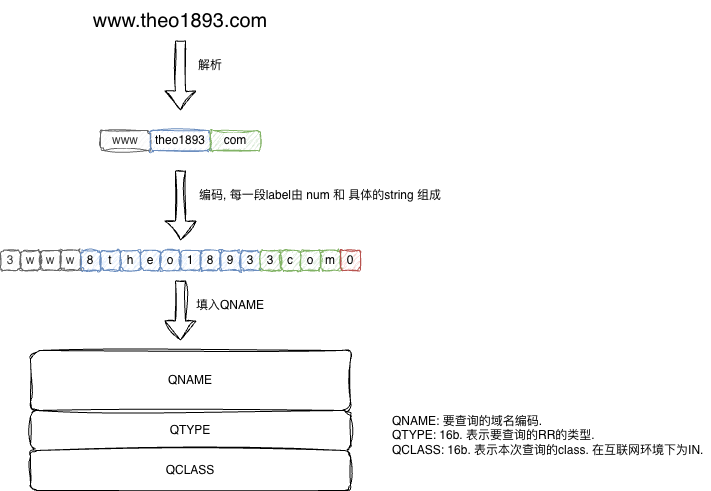
Above: source/_posts/DNSScheme/question.png in theo1893/theo1893.github.io (draw.io), before the change. Source tidied: cells renumbered, new cells last; positions are measured from the earlier drawing's top-left corner, leaving out a move shared by most shapes.
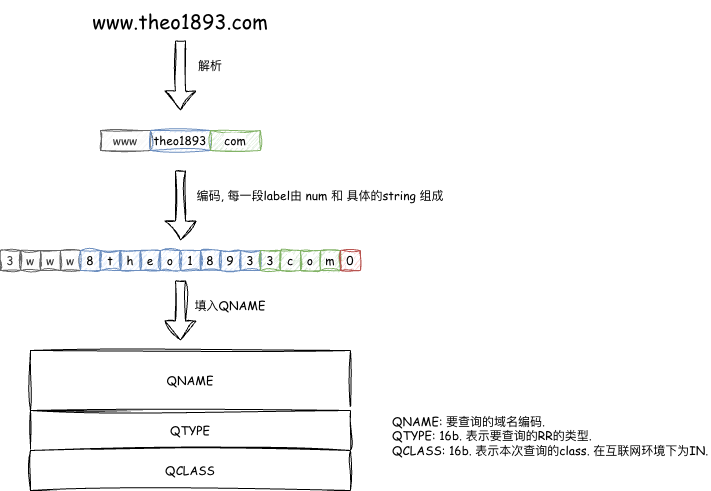
After the change.

What changed in the source:
```diff
@@ -2,109 +2,109 @@
   <root>
     <mxCell id="0" />
     <mxCell id="1" parent="0" />
-    <mxCell id="2" value="QNAME" style="rounded=1;whiteSpace=wrap;html=1;sketch=1;jiggle=2;curveFitting=1;align=center;verticalAlign=middle;fontFamily=Helvetica;fontSize=12;labelBackgroundColor=default;" parent="1" vertex="1">
+    <mxCell id="2" value="QNAME" style="rounded=0;whiteSpace=wrap;html=1;sketch=1;jiggle=2;curveFitting=1;align=center;verticalAlign=middle;fontFamily=Comic Sans MS;fontSize=12;labelBackgroundColor=default;" parent="1" vertex="1">
       <mxGeometry x="30" y="350" width="320" height="60" as="geometry" />
     </mxCell>
-    <mxCell id="3" value="QTYPE" style="rounded=1;whiteSpace=wrap;html=1;sketch=1;jiggle=2;curveFitting=1;align=center;verticalAlign=middle;fontFamily=Helvetica;fontSize=12;labelBackgroundColor=default;" parent="1" vertex="1">
+    <mxCell id="3" value="QTYPE" style="rounded=0;whiteSpace=wrap;html=1;sketch=1;jiggle=2;curveFitting=1;align=center;verticalAlign=middle;fontFamily=Comic Sans MS;fontSize=12;labelBackgroundColor=default;" parent="1" vertex="1">
       <mxGeometry x="30" y="410" width="320" height="40" as="geometry" />
     </mxCell>
-    <mxCell id="4" value="QCLASS" style="rounded=1;whiteSpace=wrap;html=1;sketch=1;jiggle=2;curveFitting=1;align=center;verticalAlign=middle;fontFamily=Helvetica;fontSize=12;labelBackgroundColor=default;" parent="1" vertex="1">
+    <mxCell id="4" value="QCLASS" style="rounded=0;whiteSpace=wrap;html=1;sketch=1;jiggle=2;curveFitting=1;align=center;verticalAlign=middle;fontFamily=Comic Sans MS;fontSize=12;labelBackgroundColor=default;" parent="1" vertex="1">
       <mxGeometry x="30" y="450" width="320" height="40" as="geometry" />
     </mxCell>
-    <mxCell id="5" value="QNAME: 要查询的域名编码.&lt;div&gt;QTYPE: 16b. 表示要查询的RR的类型.&lt;/div&gt;&lt;div&gt;QCLASS: 16b. 表示本次查询的class. 在互联网环境下为IN.&lt;/div&gt;" style="text;html=1;whiteSpace=wrap;strokeColor=none;fillColor=none;align=left;verticalAlign=middle;rounded=0;fontFamily=Helvetica;fontSize=12;fontColor=default;labelBackgroundColor=default;" parent="1" vertex="1">
+    <mxCell id="5" value="QNAME: 要查询的域名编码.&lt;div&gt;QTYPE: 16b. 表示要查询的RR的类型.&lt;/div&gt;&lt;div&gt;QCLASS: 16b. 表示本次查询的class. 在互联网环境下为IN.&lt;/div&gt;" style="text;html=1;whiteSpace=wrap;strokeColor=none;fillColor=none;align=left;verticalAlign=middle;rounded=0;fontFamily=Comic Sans MS;fontSize=12;fontColor=default;labelBackgroundColor=default;" parent="1" vertex="1">
       <mxGeometry x="390" y="420" width="320" height="30" as="geometry" />
     </mxCell>
-    <mxCell id="6" value="&lt;font style=&quot;font-size: 20px;&quot;&gt;www.theo1893.com&lt;/font&gt;" style="text;html=1;whiteSpace=wrap;strokeColor=none;fillColor=none;align=center;verticalAlign=middle;rounded=0;fontFamily=Helvetica;fontSize=12;fontColor=default;labelBackgroundColor=default;" parent="1" vertex="1">
+    <mxCell id="6" value="&lt;font style=&quot;font-size: 20px;&quot;&gt;www.theo1893.com&lt;/font&gt;" style="text;html=1;whiteSpace=wrap;strokeColor=none;fillColor=none;align=center;verticalAlign=middle;rounded=0;fontFamily=Comic Sans MS;fontSize=12;fontColor=default;labelBackgroundColor=default;" parent="1" vertex="1">
       <mxGeometry x="110" width="140" height="40" as="geometry" />
     </mxCell>
-    <mxCell id="7" value="3" style="rounded=1;whiteSpace=wrap;html=1;sketch=1;jiggle=2;curveFitting=1;strokeColor=#666666;align=center;verticalAlign=middle;fontFamily=Helvetica;fontSize=12;fontColor=#333333;labelBackgroundColor=default;fillColor=#f5f5f5;" parent="1" vertex="1">
+    <mxCell id="7" value="3" style="rounded=0;whiteSpace=wrap;html=1;sketch=1;jiggle=2;curveFitting=1;strokeColor=#666666;align=center;verticalAlign=middle;fontFamily=Comic Sans MS;fontSize=12;fontColor=#333333;labelBackgroundColor=default;fillColor=#f5f5f5;" parent="1" vertex="1">
       <mxGeometry y="250" width="20" height="20" as="geometry" />
     </mxCell>
-    <mxCell id="8" value="w" style="rounded=1;whiteSpace=wrap;html=1;sketch=1;jiggle=2;curveFitting=1;strokeColor=#666666;align=center;verticalAlign=middle;fontFamily=Helvetica;fontSize=12;fontColor=#333333;labelBackgroundColor=default;fillColor=#f5f5f5;" parent="1" vertex="1">
+    <mxCell id="8" value="w" style="rounded=0;whiteSpace=wrap;html=1;sketch=1;jiggle=2;curveFitting=1;strokeColor=#666666;align=center;verticalAlign=middle;fontFamily=Comic Sans MS;fontSize=12;fontColor=#333333;labelBackgroundColor=default;fillColor=#f5f5f5;" parent="1" vertex="1">
       <mxGeometry x="20" y="250" width="20" height="20" as="geometry" />
     </mxCell>
-    <mxCell id="9" value="w" style="rounded=1;whiteSpace=wrap;html=1;sketch=1;jiggle=2;curveFitting=1;strokeColor=#666666;align=center;verticalAlign=middle;fontFamily=Helvetica;fontSize=12;fontColor=#333333;labelBackgroundColor=default;fillColor=#f5f5f5;" parent="1" vertex="1">
+    <mxCell id="9" value="w" style="rounded=0;whiteSpace=wrap;html=1;sketch=1;jiggle=2;curveFitting=1;strokeColor=#666666;align=center;verticalAlign=middle;fontFamily=Comic Sans MS;fontSize=12;fontColor=#333333;labelBackgroundColor=default;fillColor=#f5f5f5;" parent="1" vertex="1">
       <mxGeometry x="40" y="250" width="20" height="20" as="geometry" />
     </mxCell>
-    <mxCell id="10" value="w" style="rounded=1;whiteSpace=wrap;html=1;sketch=1;jiggle=2;curveFitting=1;strokeColor=#666666;align=center;verticalAlign=middle;fontFamily=Helvetica;fontSize=12;fontColor=#333333;labelBackgroundColor=default;fillColor=#f5f5f5;" parent="1" vertex="1">
+    <mxCell id="10" value="w" style="rounded=0;whiteSpace=wrap;html=1;sketch=1;jiggle=2;curveFitting=1;strokeColor=#666666;align=center;verticalAlign=middle;fontFamily=Comic Sans MS;fontSize=12;fontColor=#333333;labelBackgroundColor=default;fillColor=#f5f5f5;" parent="1" vertex="1">
       <mxGeometry x="60" y="250" width="20" height="20" as="geometry" />
     </mxCell>
-    <mxCell id="11" value="8" style="rounded=1;whiteSpace=wrap;html=1;sketch=1;jiggle=2;curveFitting=1;strokeColor=#6c8ebf;align=center;verticalAlign=middle;fontFamily=Helvetica;fontSize=12;labelBackgroundColor=default;fillColor=#dae8fc;" parent="1" vertex="1">
+    <mxCell id="11" value="8" style="rounded=0;whiteSpace=wrap;html=1;sketch=1;jiggle=2;curveFitting=1;strokeColor=#6c8ebf;align=center;verticalAlign=middle;fontFamily=Comic Sans MS;fontSize=12;labelBackgroundColor=default;fillColor=#dae8fc;" parent="1" vertex="1">
       <mxGeometry x="80" y="250" width="20" height="20" as="geometry" />
     </mxCell>
-    <mxCell id="12" value="t" style="rounded=1;whiteSpace=wrap;html=1;sketch=1;jiggle=2;curveFitting=1;strokeColor=#6c8ebf;align=center;verticalAlign=middle;fontFamily=Helvetica;fontSize=12;labelBackgroundColor=default;fillColor=#dae8fc;" parent="1" vertex="1">
+    <mxCell id="12" value="t" style="rounded=0;whiteSpace=wrap;html=1;sketch=1;jiggle=2;curveFitting=1;strokeColor=#6c8ebf;align=center;verticalAlign=middle;fontFamily=Comic Sans MS;fontSize=12;labelBackgroundColor=default;fillColor=#dae8fc;" parent="1" vertex="1">
       <mxGeometry x="100" y="250" width="20" height="20" as="geometry" />
     </mxCell>
-    <mxCell id="13" value="h" style="rounded=1;whiteSpace=wrap;html=1;sketch=1;jiggle=2;curveFitting=1;strokeColor=#6c8ebf;align=center;verticalAlign=middle;fontFamily=Helvetica;fontSize=12;labelBackgroundColor=default;fillColor=#dae8fc;" parent="1" vertex="1">
+    <mxCell id="13" value="h" style="rounded=0;whiteSpace=wrap;html=1;sketch=1;jiggle=2;curveFitting=1;strokeColor=#6c8ebf;align=center;verticalAlign=middle;fontFamily=Comic Sans MS;fontSize=12;labelBackgroundColor=default;fillColor=#dae8fc;" parent="1" vertex="1">
       <mxGeometry x="120" y="250" width="20" height="20" as="geometry" />
     </mxCell>
-    <mxCell id="14" value="e" style="rounded=1;whiteSpace=wrap;html=1;sketch=1;jiggle=2;curveFitting=1;strokeColor=#6c8ebf;align=center;verticalAlign=middle;fontFamily=Helvetica;fontSize=12;labelBackgroundColor=default;fillColor=#dae8fc;" parent="1" vertex="1">
+    <mxCell id="14" value="e" style="rounded=0;whiteSpace=wrap;html=1;sketch=1;jiggle=2;curveFitting=1;strokeColor=#6c8ebf;align=center;verticalAlign=middle;fontFamily=Comic Sans MS;fontSize=12;labelBackgroundColor=default;fillColor=#dae8fc;" parent="1" vertex="1">
       <mxGeometry x="140" y="250" width="20" height="20" as="geometry" />
     </mxCell>
-    <mxCell id="15" value="o" style="rounded=1;whiteSpace=wrap;html=1;sketch=1;jiggle=2;curveFitting=1;strokeColor=#6c8ebf;align=center;verticalAlign=middle;fontFamily=Helvetica;fontSize=12;labelBackgroundColor=default;fillColor=#dae8fc;" parent="1" vertex="1">
+    <mxCell id="15" value="o" style="rounded=0;whiteSpace=wrap;html=1;sketch=1;jiggle=2;curveFitting=1;strokeColor=#6c8ebf;align=center;verticalAlign=middle;fontFamily=Comic Sans MS;fontSize=12;labelBackgroundColor=default;fillColor=#dae8fc;" parent="1" vertex="1">
       <mxGeometry x="160" y="250" width="20" height="20" as="geometry" />
     </mxCell>
-    <mxCell id="16" value="1" style="rounded=1;whiteSpace=wrap;html=1;sketch=1;jiggle=2;curveFitting=1;strokeColor=#6c8ebf;align=center;verticalAlign=middle;fontFamily=Helvetica;fontSize=12;labelBackgroundColor=default;fillColor=#dae8fc;" parent="1" vertex="1">
+    <mxCell id="16" value="1" style="rounded=0;whiteSpace=wrap;html=1;sketch=1;jiggle=2;curveFitting=1;strokeColor=#6c8ebf;align=center;verticalAlign=middle;fontFamily=Comic Sans MS;fontSize=12;labelBackgroundColor=default;fillColor=#dae8fc;" parent="1" vertex="1">
       <mxGeometry x="180" y="250" width="20" height="20" as="geometry" />
     </mxCell>
-    <mxCell id="17" value="8" style="rounded=1;whiteSpace=wrap;html=1;sketch=1;jiggle=2;curveFitting=1;strokeColor=#6c8ebf;align=center;verticalAlign=middle;fontFamily=Helvetica;fontSize=12;labelBackgroundColor=default;fillColor=#dae8fc;" parent="1" vertex="1">
+    <mxCell id="17" value="8" style="rounded=0;whiteSpace=wrap;html=1;sketch=1;jiggle=2;curveFitting=1;strokeColor=#6c8ebf;align=center;verticalAlign=middle;fontFamily=Comic Sans MS;fontSize=12;labelBackgroundColor=default;fillColor=#dae8fc;" parent="1" vertex="1">
       <mxGeometry x="200" y="250" width="20" height="20" as="geometry" />
     </mxCell>
-    <mxCell id="18" value="9" style="rounded=1;whiteSpace=wrap;html=1;sketch=1;jiggle=2;curveFitting=1;strokeColor=#6c8ebf;align=center;verticalAlign=middle;fontFamily=Helvetica;fontSize=12;labelBackgroundColor=default;fillColor=#dae8fc;" parent="1" vertex="1">
+    <mxCell id="18" value="9" style="rounded=0;whiteSpace=wrap;html=1;sketch=1;jiggle=2;curveFitting=1;strokeColor=#6c8ebf;align=center;verticalAlign=middle;fontFamily=Comic Sans MS;fontSize=12;labelBackgroundColor=default;fillColor=#dae8fc;" parent="1" vertex="1">
       <mxGeometry x="220" y="250" width="20" height="20" as="geometry" />
     </mxCell>
-    <mxCell id="19" value="3" style="rounded=1;whiteSpace=wrap;html=1;sketch=1;jiggle=2;curveFitting=1;strokeColor=#6c8ebf;align=center;verticalAlign=middle;fontFamily=Helvetica;fontSize=12;labelBackgroundColor=default;fillColor=#dae8fc;" parent="1" vertex="1">
+    <mxCell id="19" value="3" style="rounded=0;whiteSpace=wrap;html=1;sketch=1;jiggle=2;curveFitting=1;strokeColor=#6c8ebf;align=center;verticalAlign=middle;fontFamily=Comic Sans MS;fontSize=12;labelBackgroundColor=default;fillColor=#dae8fc;" parent="1" vertex="1">
       <mxGeometry x="240" y="250" width="20" height="20" as="geometry" />
     </mxCell>
-    <mxCell id="20" value="3" style="rounded=1;whiteSpace=wrap;html=1;sketch=1;jiggle=2;curveFitting=1;strokeColor=#82b366;align=center;verticalAlign=middle;fontFamily=Helvetica;fontSize=12;labelBackgroundColor=default;fillColor=#d5e8d4;" parent="1" vertex="1">
+    <mxCell id="20" value="3" style="rounded=0;whiteSpace=wrap;html=1;sketch=1;jiggle=2;curveFitting=1;strokeColor=#82b366;align=center;verticalAlign=middle;fontFamily=Comic Sans MS;fontSize=12;labelBackgroundColor=default;fillColor=#d5e8d4;" parent="1" vertex="1">
       <mxGeometry x="260" y="250" width="20" height="20" as="geometry" />
     </mxCell>
-    <mxCell id="21" value="c" style="rounded=1;whiteSpace=wrap;html=1;sketch=1;jiggle=2;curveFitting=1;strokeColor=#82b366;align=center;verticalAlign=middle;fontFamily=Helvetica;fontSize=12;labelBackgroundColor=default;fillColor=#d5e8d4;" parent="1" vertex="1">
+    <mxCell id="21" value="c" style="rounded=0;whiteSpace=wrap;html=1;sketch=1;jiggle=2;curveFitting=1;strokeColor=#82b366;align=center;verticalAlign=middle;fontFamily=Comic Sans MS;fontSize=12;labelBackgroundColor=default;fillColor=#d5e8d4;" parent="1" vertex="1">
       <mxGeometry x="280" y="250" width="20" height="20" as="geometry" />
     </mxCell>
-    <mxCell id="22" value="o" style="rounded=1;whiteSpace=wrap;html=1;sketch=1;jiggle=2;curveFitting=1;strokeColor=#82b366;align=center;verticalAlign=middle;fontFamily=Helvetica;fontSize=12;labelBackgroundColor=default;fillColor=#d5e8d4;" parent="1" vertex="1">
+    <mxCell id="22" value="o" style="rounded=0;whiteSpace=wrap;html=1;sketch=1;jiggle=2;curveFitting=1;strokeColor=#82b366;align=center;verticalAlign=middle;fontFamily=Comic Sans MS;fontSize=12;labelBackgroundColor=default;fillColor=#d5e8d4;" parent="1" vertex="1">
       <mxGeometry x="300" y="250" width="20" height="20" as="geometry" />
     </mxCell>
-    <mxCell id="23" value="m" style="rounded=1;whiteSpace=wrap;html=1;sketch=1;jiggle=2;curveFitting=1;strokeColor=#82b366;align=center;verticalAlign=middle;fontFamily=Helvetica;fontSize=12;labelBackgroundColor=default;fillColor=#d5e8d4;" parent="1" vertex="1">
+    <mxCell id="23" value="m" style="rounded=0;whiteSpace=wrap;html=1;sketch=1;jiggle=2;curveFitting=1;strokeColor=#82b366;align=center;verticalAlign=middle;fontFamily=Comic Sans MS;fontSize=12;labelBackgroundColor=default;fillColor=#d5e8d4;" parent="1" vertex="1">
       <mxGeometry x="320" y="250" width="20" height="20" as="geometry" />
     </mxCell>
-    <mxCell id="24" value="0" style="rounded=1;whiteSpace=wrap;html=1;sketch=1;jiggle=2;curveFitting=1;strokeColor=#b85450;align=center;verticalAlign=middle;fontFamily=Helvetica;fontSize=12;labelBackgroundColor=default;fillColor=#f8cecc;" parent="1" vertex="1">
+    <mxCell id="24" value="0" style="rounded=0;whiteSpace=wrap;html=1;sketch=1;jiggle=2;curveFitting=1;strokeColor=#b85450;align=center;verticalAlign=middle;fontFamily=Comic Sans MS;fontSize=12;labelBackgroundColor=default;fillColor=#f8cecc;" parent="1" vertex="1">
       <mxGeometry x="340" y="250" width="20" height="20" as="geometry" />
     </mxCell>
-    <mxCell id="25" style="shape=flexArrow;endArrow=classic;html=1;rounded=0;sketch=1;jiggle=2;curveFitting=1;strokeColor=default;align=center;verticalAlign=middle;fontFamily=Helvetica;fontSize=12;fontColor=default;labelBackgroundColor=default;edgeStyle=orthogonalEdgeStyle;" parent="1" edge="1">
+    <mxCell id="25" style="shape=flexArrow;endArrow=classic;html=1;rounded=0;sketch=1;jiggle=2;curveFitting=1;strokeColor=default;align=center;verticalAlign=middle;fontFamily=Comic Sans MS;fontSize=12;fontColor=default;labelBackgroundColor=default;edgeStyle=orthogonalEdgeStyle;" parent="1" edge="1">
       <mxGeometry relative="1" as="geometry">
         <mxPoint x="180" y="170" as="sourcePoint" />
         <mxPoint x="180" y="240" as="targetPoint" />
       </mxGeometry>
     </mxCell>
-    <mxCell id="26" value="编码, 每一段label由 num 和 具体的string 组成" style="text;html=1;whiteSpace=wrap;strokeColor=none;fillColor=none;align=center;verticalAlign=middle;rounded=0;fontFamily=Helvetica;fontSize=12;fontColor=default;labelBackgroundColor=default;" parent="1" vertex="1">
+    <mxCell id="26" value="编码, 每一段label由 num 和 具体的string 组成" style="text;html=1;whiteSpace=wrap;strokeColor=none;fillColor=none;align=center;verticalAlign=middle;rounded=0;fontFamily=Comic Sans MS;fontSize=12;fontColor=default;labelBackgroundColor=default;" parent="1" vertex="1">
       <mxGeometry x="170" y="180" width="300" height="30" as="geometry" />
     </mxCell>
-    <mxCell id="27" style="shape=flexArrow;endArrow=classic;html=1;rounded=0;sketch=1;jiggle=2;curveFitting=1;strokeColor=default;align=center;verticalAlign=middle;fontFamily=Helvetica;fontSize=12;fontColor=default;labelBackgroundColor=default;edgeStyle=orthogonalEdgeStyle;" parent="1" edge="1">
+    <mxCell id="27" style="shape=flexArrow;endArrow=classic;html=1;rounded=0;sketch=1;jiggle=2;curveFitting=1;strokeColor=default;align=center;verticalAlign=middle;fontFamily=Comic Sans MS;fontSize=12;fontColor=default;labelBackgroundColor=default;edgeStyle=orthogonalEdgeStyle;" parent="1" edge="1">
       <mxGeometry relative="1" as="geometry">
         <mxPoint x="180" y="280" as="sourcePoint" />
         <mxPoint x="180" y="340" as="targetPoint" />
       </mxGeometry>
     </mxCell>
-    <mxCell id="28" value="填入QNAME" style="text;html=1;whiteSpace=wrap;strokeColor=none;fillColor=none;align=center;verticalAlign=middle;rounded=0;fontFamily=Helvetica;fontSize=12;fontColor=default;labelBackgroundColor=default;" parent="1" vertex="1">
+    <mxCell id="28" value="填入QNAME" style="text;html=1;whiteSpace=wrap;strokeColor=none;fillColor=none;align=center;verticalAlign=middle;rounded=0;fontFamily=Comic Sans MS;fontSize=12;fontColor=default;labelBackgroundColor=default;" parent="1" vertex="1">
       <mxGeometry x="190" y="290" width="80" height="30" as="geometry" />
     </mxCell>
-    <mxCell id="29" value="www" style="rounded=1;whiteSpace=wrap;html=1;sketch=1;jiggle=2;curveFitting=1;strokeColor=#666666;align=center;verticalAlign=middle;fontFamily=Helvetica;fontSize=12;fontColor=#333333;labelBackgroundColor=default;fillColor=#f5f5f5;" parent="1" vertex="1">
+    <mxCell id="29" value="www" style="rounded=0;whiteSpace=wrap;html=1;sketch=1;jiggle=2;curveFitting=1;strokeColor=#666666;align=center;verticalAlign=middle;fontFamily=Comic Sans MS;fontSize=12;fontColor=#333333;labelBackgroundColor=default;fillColor=#f5f5f5;" parent="1" vertex="1">
       <mxGeometry x="100" y="130" width="50" height="20" as="geometry" />
     </mxCell>
-    <mxCell id="30" value="theo1893" style="rounded=1;whiteSpace=wrap;html=1;sketch=1;jiggle=2;curveFitting=1;strokeColor=#6c8ebf;align=center;verticalAlign=middle;fontFamily=Helvetica;fontSize=12;labelBackgroundColor=default;fillColor=#dae8fc;" parent="1" vertex="1">
+    <mxCell id="30" value="theo1893" style="rounded=0;whiteSpace=wrap;html=1;sketch=1;jiggle=2;curveFitting=1;strokeColor=#6c8ebf;align=center;verticalAlign=middle;fontFamily=Comic Sans MS;fontSize=12;labelBackgroundColor=default;fillColor=#dae8fc;" parent="1" vertex="1">
       <mxGeometry x="150" y="130" width="60" height="20" as="geometry" />
     </mxCell>
-    <mxCell id="31" value="com" style="rounded=1;whiteSpace=wrap;html=1;sketch=1;jiggle=2;curveFitting=1;strokeColor=#82b366;align=center;verticalAlign=middle;fontFamily=Helvetica;fontSize=12;labelBackgroundColor=default;fillColor=#d5e8d4;" parent="1" vertex="1">
+    <mxCell id="31" value="com" style="rounded=0;whiteSpace=wrap;html=1;sketch=1;jiggle=2;curveFitting=1;strokeColor=#82b366;align=center;verticalAlign=middle;fontFamily=Comic Sans MS;fontSize=12;labelBackgroundColor=default;fillColor=#d5e8d4;" parent="1" vertex="1">
       <mxGeometry x="210" y="130" width="50" height="20" as="geometry" />
     </mxCell>
-    <mxCell id="32" style="shape=flexArrow;endArrow=classic;html=1;rounded=0;sketch=1;jiggle=2;curveFitting=1;strokeColor=default;align=center;verticalAlign=middle;fontFamily=Helvetica;fontSize=12;fontColor=default;labelBackgroundColor=default;edgeStyle=orthogonalEdgeStyle;" parent="1" edge="1">
+    <mxCell id="32" style="shape=flexArrow;endArrow=classic;html=1;rounded=0;sketch=1;jiggle=2;curveFitting=1;strokeColor=default;align=center;verticalAlign=middle;fontFamily=Comic Sans MS;fontSize=12;fontColor=default;labelBackgroundColor=default;edgeStyle=orthogonalEdgeStyle;" parent="1" edge="1">
       <mxGeometry relative="1" as="geometry">
         <mxPoint x="180" y="40" as="sourcePoint" />
         <mxPoint x="180" y="110" as="targetPoint" />
       </mxGeometry>
     </mxCell>
-    <mxCell id="33" value="解析" style="text;html=1;whiteSpace=wrap;strokeColor=none;fillColor=none;align=center;verticalAlign=middle;rounded=0;fontFamily=Helvetica;fontSize=12;fontColor=default;labelBackgroundColor=default;" parent="1" vertex="1">
+    <mxCell id="33" value="解析" style="text;html=1;whiteSpace=wrap;strokeColor=none;fillColor=none;align=center;verticalAlign=middle;rounded=0;fontFamily=Comic Sans MS;fontSize=12;fontColor=default;labelBackgroundColor=default;" parent="1" vertex="1">
       <mxGeometry x="180" y="50" width="60" height="30" as="geometry" />
     </mxCell>
   </root>
```
